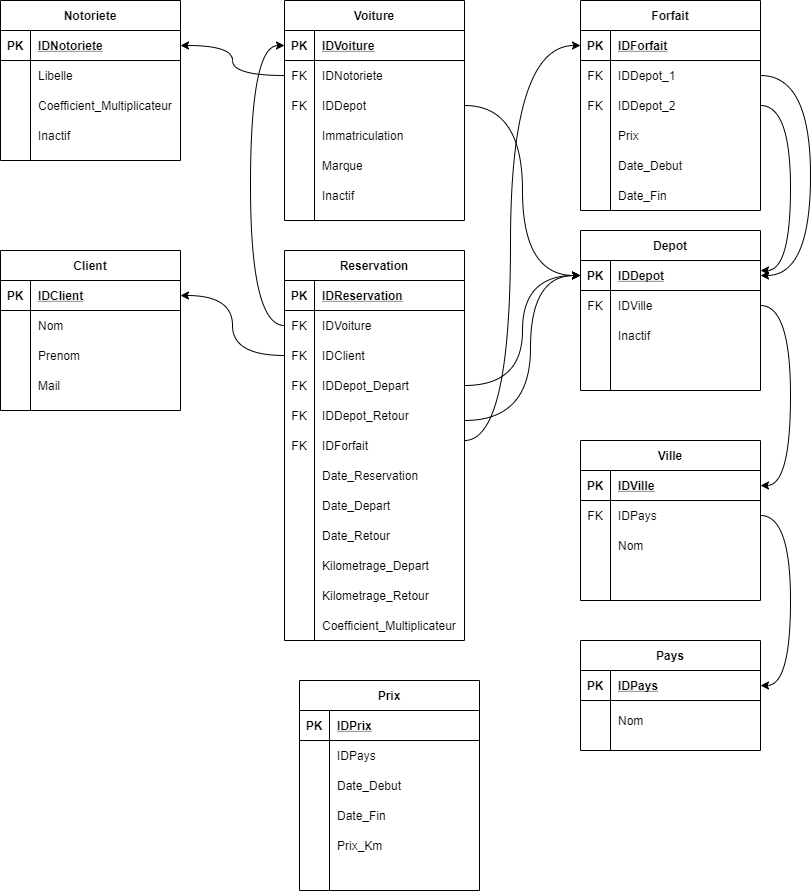
This is Projet_Schema-relationnel.png from Djounna/Projet_developpement_RentACar, a draw.io export, as it was before one commit. Source tidied: cells renumbered, new cells last; positions are measured from the earlier drawing's top-left corner, leaving out a move shared by most shapes.
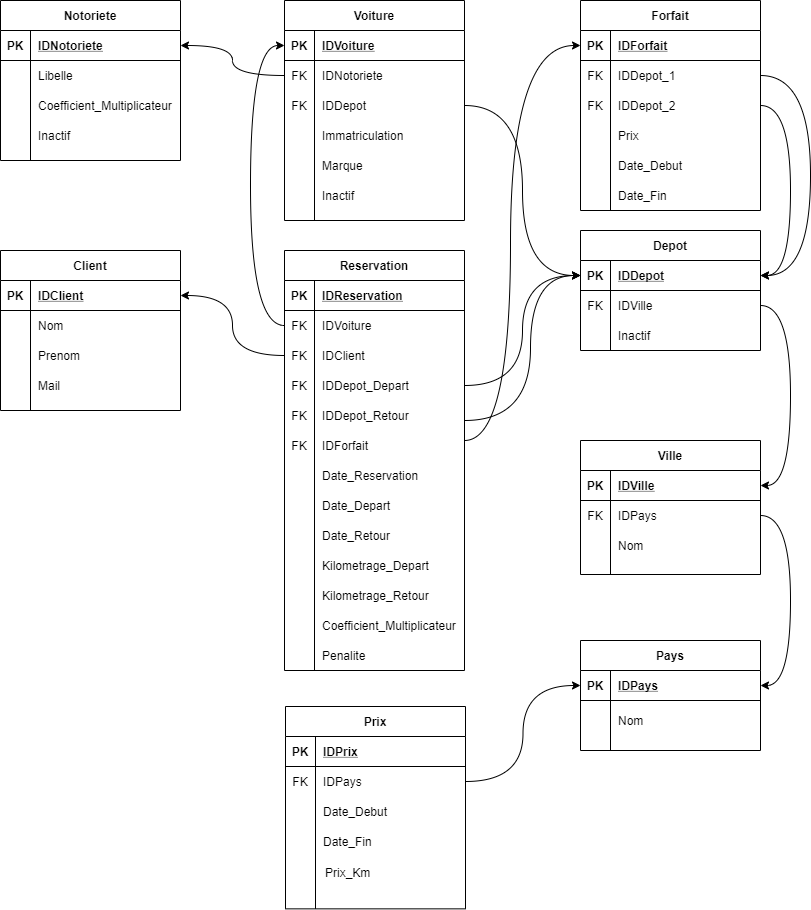
After the change.

What changed in the source:
```diff
@@ -2,6 +2,9 @@
   <root>
     <mxCell id="0" />
     <mxCell id="1" parent="0" />
+    <mxCell id="145" value="Coefficient_Multiplicateur" style="shape=partialRectangle;fillColor=none;top=0;left=0;bottom=0;right=0;align=left;spacingLeft=6;overflow=hidden;" parent="1" vertex="1">
+      <mxGeometry x="314" y="610" width="150" height="30" as="geometry" />
+    </mxCell>
     <mxCell id="2" value="Notoriete" style="shape=table;startSize=30;rowLines=0;fontStyle=1;align=center;" parent="1" vertex="1">
       <mxGeometry width="180" height="160" as="geometry" />
     </mxCell>
@@ -123,7 +126,7 @@
       <mxGeometry x="30" width="150" height="30" as="geometry" />
     </mxCell>
     <mxCell id="42" value="Reservation" style="shape=table;startSize=30;rowLines=0;fontStyle=1;align=center;" parent="1" vertex="1">
-      <mxGeometry x="284" y="250" width="180" height="390" as="geometry" />
+      <mxGeometry x="284" y="250" width="180" height="420" as="geometry" />
     </mxCell>
     <mxCell id="43" style="shape=partialRectangle;fillColor=none;top=0;left=0;bottom=1;right=0;" parent="42" vertex="1">
       <mxGeometry y="30" width="180" height="30" as="geometry" />
@@ -162,7 +165,7 @@
       <mxGeometry x="30" width="150" height="30" as="geometry" />
     </mxCell>
     <mxCell id="55" value="Depot" style="shape=table;startSize=30;rowLines=0;fontStyle=1;align=center;" parent="1" vertex="1">
-      <mxGeometry x="580" y="230" width="180" height="160" as="geometry" />
+      <mxGeometry x="580" y="230" width="180" height="120" as="geometry" />
     </mxCell>
     <mxCell id="56" style="shape=partialRectangle;fillColor=none;top=0;left=0;bottom=1;right=0;points=[[0,0.5],[1,0.5]];portConstraint=eastwest;" parent="55" vertex="1">
       <mxGeometry y="30" width="180" height="30" as="geometry" />
@@ -191,15 +194,6 @@
     <mxCell id="64" value="Inactif" style="shape=partialRectangle;fillColor=none;top=0;left=0;bottom=0;right=0;align=left;spacingLeft=6;overflow=hidden;" parent="62" vertex="1">
       <mxGeometry x="30" width="150" height="30" as="geometry" />
     </mxCell>
-    <mxCell id="65" style="shape=partialRectangle;fillColor=none;top=0;left=0;bottom=0;right=0;" parent="55" vertex="1">
-      <mxGeometry y="120" width="180" height="30" as="geometry" />
-    </mxCell>
-    <mxCell id="66" style="shape=partialRectangle;fillColor=none;top=0;left=0;bottom=0;right=0;overflow=hidden;" parent="65" vertex="1">
-      <mxGeometry width="30" height="30" as="geometry" />
-    </mxCell>
-    <mxCell id="67" style="shape=partialRectangle;fillColor=none;top=0;left=0;bottom=0;right=0;align=left;spacingLeft=6;overflow=hidden;" parent="65" vertex="1">
-      <mxGeometry x="30" width="150" height="30" as="geometry" />
-    </mxCell>
     <mxCell id="68" style="edgeStyle=orthogonalEdgeStyle;curved=1;rounded=0;jettySize=auto;html=1;exitX=0;exitY=0.5;exitDx=0;exitDy=0;entryX=1;entryY=0.5;entryDx=0;entryDy=0;" parent="1" edge="1" source="49" target="30">
       <mxGeometry relative="1" as="geometry" />
     </mxCell>
@@ -216,7 +210,7 @@
       <mxGeometry x="284" y="400" width="30" height="30" as="geometry" />
     </mxCell>
     <mxCell id="73" value="Ville" style="shape=table;startSize=30;rowLines=0;fontStyle=1;align=center;" parent="1" vertex="1">
-      <mxGeometry x="580" y="440" width="180" height="160" as="geometry" />
+      <mxGeometry x="580" y="440" width="180" height="134" as="geometry" />
     </mxCell>
     <mxCell id="74" style="shape=partialRectangle;fillColor=none;top=0;left=0;bottom=1;right=0;points=[[0,0.5],[1,0.5]];portConstraint=eastwest;" parent="73" vertex="1">
       <mxGeometry y="30" width="180" height="30" as="geometry" />
@@ -245,15 +239,6 @@
     <mxCell id="82" style="shape=partialRectangle;fillColor=none;top=0;left=0;bottom=0;right=0;align=left;spacingLeft=6;overflow=hidden;" parent="80" vertex="1">
       <mxGeometry x="30" width="150" height="30" as="geometry" />
     </mxCell>
-    <mxCell id="83" style="shape=partialRectangle;fillColor=none;top=0;left=0;bottom=0;right=0;" parent="73" vertex="1">
-      <mxGeometry y="120" width="180" height="30" as="geometry" />
-    </mxCell>
-    <mxCell id="84" style="shape=partialRectangle;fillColor=none;top=0;left=0;bottom=0;right=0;overflow=hidden;" parent="83" vertex="1">
-      <mxGeometry width="30" height="30" as="geometry" />
-    </mxCell>
-    <mxCell id="85" style="shape=partialRectangle;fillColor=none;top=0;left=0;bottom=0;right=0;align=left;spacingLeft=6;overflow=hidden;" parent="83" vertex="1">
-      <mxGeometry x="30" width="150" height="30" as="geometry" />
-    </mxCell>
     <mxCell id="86" value="Pays" style="shape=table;startSize=30;rowLines=0;fontStyle=1;align=center;" parent="1" vertex="1">
       <mxGeometry x="580" y="640" width="180" height="110" as="geometry" />
     </mxCell>
@@ -285,7 +270,7 @@
       <mxGeometry x="30" width="150" height="20" as="geometry" />
     </mxCell>
     <mxCell id="96" value="Prix" style="shape=table;startSize=30;rowLines=0;fontStyle=1;align=center;" parent="1" vertex="1">
-      <mxGeometry x="299" y="680" width="180" height="210" as="geometry" />
+      <mxGeometry x="285" y="706" width="180" height="202.4" as="geometry" />
     </mxCell>
     <mxCell id="97" style="shape=partialRectangle;fillColor=none;top=0;left=0;bottom=1;right=0;" parent="96" vertex="1">
       <mxGeometry y="30" width="180" height="30" as="geometry" />
@@ -299,7 +284,7 @@
     <mxCell id="100" style="shape=partialRectangle;fillColor=none;top=0;left=0;bottom=0;right=0;points=[[0,0.5],[1,0.5]];portConstraint=eastwest;" parent="96" vertex="1">
       <mxGeometry y="60" width="180" height="30" as="geometry" />
     </mxCell>
-    <mxCell id="101" style="shape=partialRectangle;fillColor=none;top=0;left=0;bottom=0;right=0;overflow=hidden;" parent="100" vertex="1">
+    <mxCell id="101" value="FK" style="shape=partialRectangle;fillColor=none;top=0;left=0;bottom=0;right=0;overflow=hidden;" parent="100" vertex="1">
       <mxGeometry width="30" height="30" as="geometry" />
     </mxCell>
     <mxCell id="102" value="IDPays" style="shape=partialRectangle;fillColor=none;top=0;left=0;bottom=0;right=0;align=left;spacingLeft=6;overflow=hidden;" parent="100" vertex="1">
@@ -324,19 +309,19 @@
       <mxGeometry x="30" width="150" height="30" as="geometry" />
     </mxCell>
     <mxCell id="109" style="shape=partialRectangle;fillColor=none;top=0;left=0;bottom=0;right=0;" parent="96" vertex="1">
-      <mxGeometry y="150" width="180" height="30" as="geometry" />
+      <mxGeometry y="150" width="180" height="22" as="geometry" />
     </mxCell>
     <mxCell id="110" style="shape=partialRectangle;fillColor=none;top=0;left=0;bottom=0;right=0;overflow=hidden;" parent="109" vertex="1">
-      <mxGeometry width="30" height="30" as="geometry" />
+      <mxGeometry width="30" height="22" as="geometry" />
     </mxCell>
     <mxCell id="111" style="shape=partialRectangle;fillColor=none;top=0;left=0;bottom=0;right=0;align=left;spacingLeft=6;overflow=hidden;" parent="109" vertex="1">
-      <mxGeometry x="30" width="150" height="30" as="geometry" />
+      <mxGeometry x="30" width="150" height="22" as="geometry" />
     </mxCell>
     <mxCell id="112" value="Marque" style="shape=partialRectangle;fillColor=none;top=0;left=0;bottom=0;right=0;align=left;spacingLeft=6;overflow=hidden;" parent="1" vertex="1">
       <mxGeometry x="314" y="150" width="150" height="30" as="geometry" />
     </mxCell>
     <mxCell id="113" value="Prix_Km" style="shape=partialRectangle;fillColor=none;top=0;left=0;bottom=0;right=0;align=left;spacingLeft=6;overflow=hidden;" parent="1" vertex="1">
-      <mxGeometry x="329" y="830" width="150" height="30" as="geometry" />
+      <mxGeometry x="317" y="859" width="150" height="25" as="geometry" />
     </mxCell>
     <mxCell id="114" style="edgeStyle=orthogonalEdgeStyle;curved=1;rounded=0;jettySize=auto;html=1;exitX=1;exitY=0.5;exitDx=0;exitDy=0;entryX=0;entryY=0.5;entryDx=0;entryDy=0;" parent="1" edge="1" source="22" target="56">
       <mxGeometry relative="1" as="geometry" />
@@ -391,11 +376,11 @@
         </Array>
       </mxGeometry>
     </mxCell>
-    <mxCell id="130" style="edgeStyle=orthogonalEdgeStyle;curved=1;rounded=0;jettySize=auto;html=1;exitX=1;exitY=0.5;exitDx=0;exitDy=0;entryX=1;entryY=0.25;entryDx=0;entryDy=0;" parent="1" edge="1" source="122" target="55">
+    <mxCell id="130" style="edgeStyle=orthogonalEdgeStyle;curved=1;rounded=0;jettySize=auto;html=1;exitX=1;exitY=0.5;exitDx=0;exitDy=0;entryX=1;entryY=0.5;entryDx=0;entryDy=0;" parent="1" edge="1" source="122" target="56">
       <mxGeometry relative="1" as="geometry">
         <Array as="points">
           <mxPoint x="790" y="105" />
-          <mxPoint x="790" y="270" />
+          <mxPoint x="790" y="275" />
         </Array>
       </mxGeometry>
     </mxCell>
@@ -463,9 +448,6 @@
     <mxCell id="144" value="Kilometrage_Retour" style="shape=partialRectangle;fillColor=none;top=0;left=0;bottom=0;right=0;align=left;spacingLeft=6;overflow=hidden;" parent="1" vertex="1">
       <mxGeometry x="314" y="580" width="150" height="30" as="geometry" />
     </mxCell>
-    <mxCell id="145" value="Coefficient_Multiplicateur" style="shape=partialRectangle;fillColor=none;top=0;left=0;bottom=0;right=0;align=left;spacingLeft=6;overflow=hidden;" parent="1" vertex="1">
-      <mxGeometry x="314" y="610" width="150" height="30" as="geometry" />
-    </mxCell>
     <mxCell id="146" style="edgeStyle=orthogonalEdgeStyle;curved=1;rounded=0;jettySize=auto;html=1;exitX=1;exitY=0.5;exitDx=0;exitDy=0;entryX=1;entryY=0.5;entryDx=0;entryDy=0;" parent="1" edge="1" source="77" target="87">
       <mxGeometry relative="1" as="geometry">
         <Array as="points">
@@ -474,5 +456,11 @@
         </Array>
       </mxGeometry>
     </mxCell>
+    <mxCell id="147" style="edgeStyle=orthogonalEdgeStyle;rounded=0;jettySize=auto;html=1;exitX=1;exitY=0.5;exitDx=0;exitDy=0;entryX=0;entryY=0.5;entryDx=0;entryDy=0;curved=1;" parent="1" edge="1" source="100" target="87">
+      <mxGeometry relative="1" as="geometry" />
+    </mxCell>
+    <mxCell id="148" value="Penalite" style="shape=partialRectangle;fillColor=none;top=0;left=0;bottom=0;right=0;align=left;spacingLeft=6;overflow=hidden;" parent="1" vertex="1">
+      <mxGeometry x="314" y="640" width="150" height="30" as="geometry" />
+    </mxCell>
   </root>
 </mxGraphModel>
```
